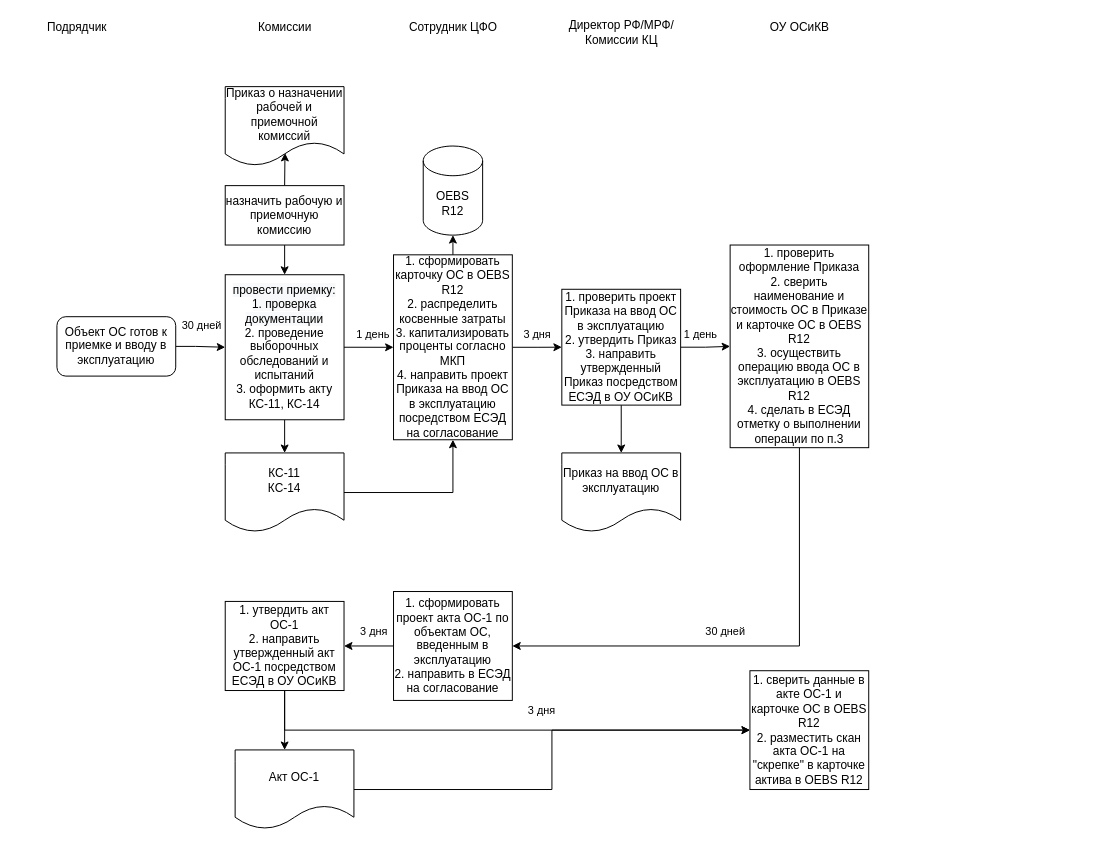
Above: Untitled Diagram.drawio in samanna27/test (draw.io), before the change. Source tidied: cells renumbered, new cells numbered last; positions are measured from the earlier drawing's top-left corner, leaving out a move shared by most shapes. Both pictures are drawn from the tidied source at 99%, with x=0, y=0 at pixel (37, 17).
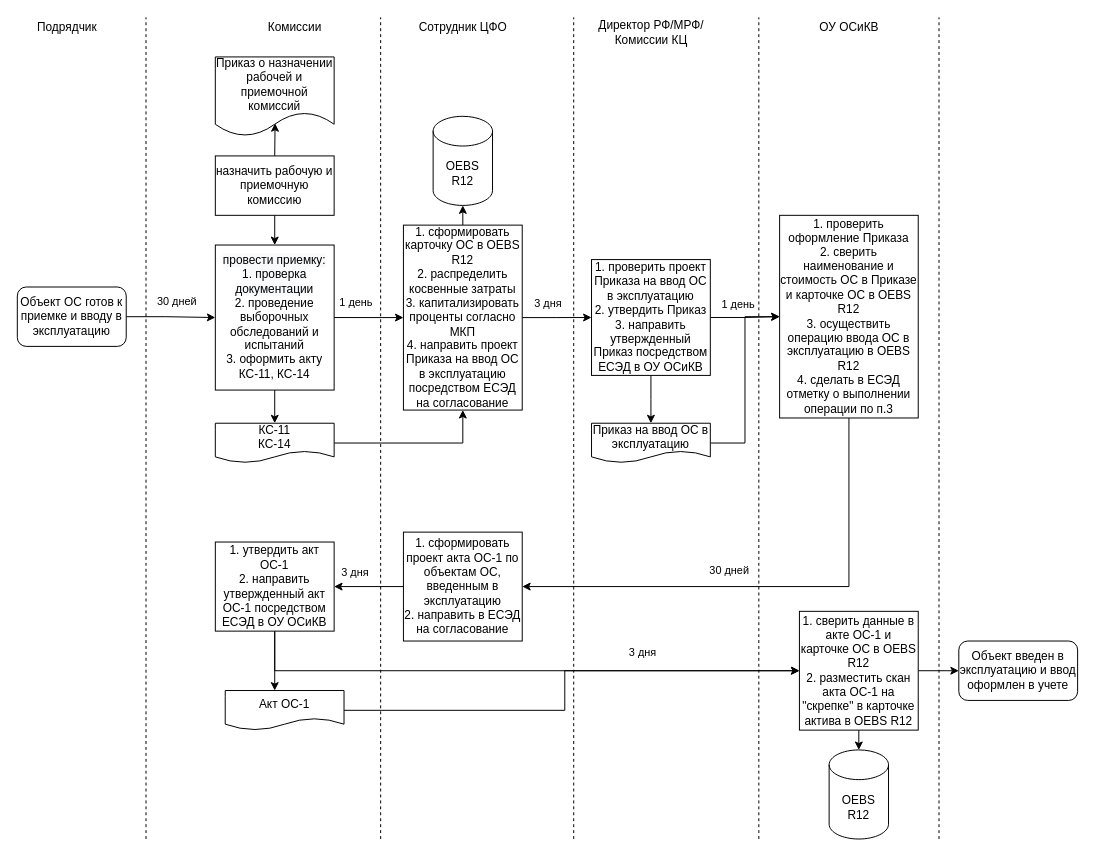
Above is the later version.

The edit, as a diff of the source:
```diff
@@
     <mxCell id="2" value="30 дней" style="edgeStyle=orthogonalEdgeStyle;rounded=0;jettySize=auto;html=1;entryX=0;entryY=0.5;entryDx=0;entryDy=0;exitX=1;exitY=0.5;exitDx=0;exitDy=0;" parent="1" edge="1" source="3" target="8">
-      <mxGeometry y="22" relative="1" as="geometry">
+      <mxGeometry x="0.11" y="16" relative="1" as="geometry">
         <Array as="points">
-          <mxPoint x="160" y="332" />
+          <mxPoint x="130" y="302" />
         </Array>
+        <mxPoint x="1" as="offset" />
       </mxGeometry>
     </mxCell>
     <mxCell id="3" value="Объект ОС готов к приемке и вводу в эксплуатацию" style="rounded=1;whiteSpace=wrap;html=1;" parent="1" vertex="1">
-      <mxGeometry x="20" y="302.4" width="120" height="60" as="geometry" />
+      <mxGeometry x="-20" y="272.4" width="110" height="60" as="geometry" />
     </mxCell>
@@
     <mxCell id="6" value="назначить рабочую и приемочную комиссию" style="rounded=0;whiteSpace=wrap;html=1;" parent="1" vertex="1">
-      <mxGeometry x="190" y="170" width="120" height="60" as="geometry" />
+      <mxGeometry x="180" y="140" width="120" height="60" as="geometry" />
     </mxCell>
@@
     <mxCell id="8" value="&lt;span style=&quot;color: rgb(0 , 0 , 0) ; font-family: &amp;#34;helvetica&amp;#34; ; font-size: 12px ; font-style: normal ; font-weight: 400 ; letter-spacing: normal ; text-align: center ; text-indent: 0px ; text-transform: none ; word-spacing: 0px ; background-color: rgb(248 , 249 , 250) ; display: inline ; float: none&quot;&gt;провести приемку: &lt;br&gt;1. проверка документации&lt;br&gt;&lt;/span&gt;2. проведение выборочных обследований и испытаний&lt;br&gt;3. оформить акту КС-11, КС-14" style="rounded=0;whiteSpace=wrap;html=1;" parent="1" vertex="1">
-      <mxGeometry x="190" y="260" width="120" height="146.5" as="geometry" />
+      <mxGeometry x="180" y="230" width="120" height="146.5" as="geometry" />
     </mxCell>
     <mxCell id="9" value="Приказ о назначении рабочей и приемочной комиссий" style="shape=document;whiteSpace=wrap;html=1;boundedLbl=1;" parent="1" vertex="1">
-      <mxGeometry x="190" y="70" width="120" height="80" as="geometry" />
+      <mxGeometry x="180" y="40" width="120" height="80" as="geometry" />
     </mxCell>
@@
     <mxCell id="11" value="КС-11&lt;br&gt;КС-14" style="shape=document;whiteSpace=wrap;html=1;boundedLbl=1;" parent="1" vertex="1">
-      <mxGeometry x="190" y="440" width="120" height="80" as="geometry" />
+      <mxGeometry x="180" y="410" width="120" height="40" as="geometry" />
     </mxCell>
     <mxCell id="12" value="1 день" style="edgeStyle=orthogonalEdgeStyle;rounded=0;jettySize=auto;html=1;exitX=1;exitY=0.5;exitDx=0;exitDy=0;entryX=0;entryY=0.5;entryDx=0;entryDy=0;" parent="1" edge="1" source="8" target="15">
-      <mxGeometry x="0.2" y="13" relative="1" as="geometry">
-        <mxPoint x="-1" as="offset" />
-      </mxGeometry>
+      <mxGeometry x="-0.37" y="15" relative="1" as="geometry" />
     </mxCell>
     <mxCell id="13" style="edgeStyle=orthogonalEdgeStyle;rounded=0;jettySize=auto;html=1;exitX=0.5;exitY=0;exitDx=0;exitDy=0;" parent="1" edge="1" source="15">
       <mxGeometry relative="1" as="geometry">
-        <mxPoint x="420" y="220" as="targetPoint" />
+        <mxPoint x="430" y="190" as="targetPoint" />
       </mxGeometry>
     </mxCell>
     <mxCell id="14" value="3 дня" style="edgeStyle=orthogonalEdgeStyle;rounded=0;jettySize=auto;html=1;entryX=0;entryY=0.5;entryDx=0;entryDy=0;" parent="1" edge="1" source="15" target="19">
-      <mxGeometry y="13" relative="1" as="geometry" />
+      <mxGeometry x="-0.26" y="14" relative="1" as="geometry" />
     </mxCell>
     <mxCell id="15" value="1. сформировать карточку ОС в OEBS R12&lt;br&gt;2. распределить косвенные затраты&lt;br&gt;3. капитализировать проценты согласно МКП&lt;br&gt;4. направить проект Приказа на ввод ОС в эксплуатацию посредством ЕСЭД на согласование" style="rounded=0;whiteSpace=wrap;html=1;" parent="1" vertex="1">
-      <mxGeometry x="360" y="239.9" width="120" height="186.8" as="geometry" />
+      <mxGeometry x="370" y="209.9" width="120" height="186.8" as="geometry" />
     </mxCell>
     <mxCell id="16" value="OEBS R12" style="shape=cylinder3;whiteSpace=wrap;html=1;boundedLbl=1;backgroundOutline=1;size=15;" parent="1" vertex="1">
-      <mxGeometry x="390" y="130" width="60" height="90" as="geometry" />
+      <mxGeometry x="400" y="100" width="60" height="90" as="geometry" />
     </mxCell>
     <mxCell id="17" style="edgeStyle=orthogonalEdgeStyle;rounded=0;jettySize=auto;html=1;entryX=0.5;entryY=0;entryDx=0;entryDy=0;" parent="1" edge="1" source="19">
       <mxGeometry relative="1" as="geometry">
-        <mxPoint x="590" y="440" as="targetPoint" />
+        <mxPoint x="620" y="410" as="targetPoint" />
       </mxGeometry>
     </mxCell>
@@
     <mxCell id="19" value="1. проверить проект Приказа на ввод ОС в эксплуатацию&lt;br&gt;2. утвердить Приказ&lt;br&gt;3. направить утвержденный Приказ посредством ЕСЭД в ОУ ОСиКВ" style="rounded=0;whiteSpace=wrap;html=1;" parent="1" vertex="1">
-      <mxGeometry x="530" y="274.7" width="120" height="117" as="geometry" />
+      <mxGeometry x="560" y="244.7" width="120" height="117" as="geometry" />
     </mxCell>
+    <mxCell id="36" style="edgeStyle=orthogonalEdgeStyle;rounded=0;jettySize=auto;html=1;entryX=0;entryY=0.5;entryDx=0;entryDy=0;" parent="1" edge="1" source="20" target="26">
+      <mxGeometry relative="1" as="geometry" />
+    </mxCell>
     <mxCell id="20" value="Приказ на ввод ОС в эксплуатацию" style="shape=document;whiteSpace=wrap;html=1;boundedLbl=1;" parent="1" vertex="1">
-      <mxGeometry x="530" y="440" width="120" height="80" as="geometry" />
+      <mxGeometry x="560" y="410" width="120" height="40" as="geometry" />
     </mxCell>
     <mxCell id="21" value="Подрядчик" style="text;html=1;align=center;verticalAlign=middle;fillColor=none;strokeColor=none;rounded=0;" parent="1" vertex="1">
-      <mxGeometry width="80" height="20" as="geometry" />
+      <mxGeometry x="-10" width="80" height="20" as="geometry" />
     </mxCell>
     <mxCell id="22" value="Комиссии" style="text;html=1;align=center;verticalAlign=middle;fillColor=none;strokeColor=none;rounded=0;" parent="1" vertex="1">
-      <mxGeometry x="215" width="70" height="20" as="geometry" />
+      <mxGeometry x="225" width="70" height="20" as="geometry" />
     </mxCell>
     <mxCell id="23" value="Сотрудник ЦФО" style="text;html=1;align=center;verticalAlign=middle;fillColor=none;strokeColor=none;rounded=0;" parent="1" vertex="1">
-      <mxGeometry x="370" width="100" height="20" as="geometry" />
+      <mxGeometry x="380" width="100" height="20" as="geometry" />
     </mxCell>
     <mxCell id="24" value="Директор РФ/МРФ/ &lt;br&gt;Комиссии КЦ" style="text;html=1;align=center;verticalAlign=middle;fillColor=none;strokeColor=none;rounded=0;" parent="1" vertex="1">
-      <mxGeometry x="530" width="120" height="30" as="geometry" />
+      <mxGeometry x="560" width="120" height="30" as="geometry" />
     </mxCell>
     <mxCell id="25" value="30 дней" style="edgeStyle=orthogonalEdgeStyle;rounded=0;jettySize=auto;html=1;exitX=0.5;exitY=1;exitDx=0;exitDy=0;entryX=1;entryY=0.5;entryDx=0;entryDy=0;" parent="1" edge="1" source="26" target="29">
-      <mxGeometry x="0.12" y="-15" relative="1" as="geometry" />
+      <mxGeometry x="0.16" y="-16" relative="1" as="geometry">
+        <mxPoint x="-1" as="offset" />
+      </mxGeometry>
     </mxCell>
     <mxCell id="26" value="1. проверить оформление Приказа&lt;br&gt;2. сверить наименование и стоимость ОС в Приказе и карточке ОС в OEBS R12&lt;br&gt;3. осуществить операцию ввода ОС в эксплуатацию в OEBS R12&lt;br&gt;4. сделать в ЕСЭД отметку о выполнении операции по п.3" style="rounded=0;whiteSpace=wrap;html=1;" parent="1" vertex="1">
-      <mxGeometry x="700" y="230" width="140" height="204.7" as="geometry" />
+      <mxGeometry x="750" y="200" width="140" height="204.7" as="geometry" />
     </mxCell>
     <mxCell id="27" value="ОУ ОСиКВ" style="text;html=1;align=center;verticalAlign=middle;fillColor=none;strokeColor=none;rounded=0;" parent="1" vertex="1">
-      <mxGeometry x="730" width="80" height="20" as="geometry" />
+      <mxGeometry x="780" width="80" height="20" as="geometry" />
     </mxCell>
     <mxCell id="28" value="3 дня" style="edgeStyle=orthogonalEdgeStyle;rounded=0;jettySize=auto;html=1;" parent="1" edge="1" source="29" target="32">
-      <mxGeometry x="-0.2" y="-15" relative="1" as="geometry" />
+      <mxGeometry x="0.43" y="-14" relative="1" as="geometry">
+        <mxPoint x="1" as="offset" />
+      </mxGeometry>
     </mxCell>
     <mxCell id="29" value="1. сформировать проект акта ОС-1 по объектам ОС, введенным в эксплуатацию&lt;br&gt;2. направить в ЕСЭД на согласование" style="rounded=0;whiteSpace=wrap;html=1;" parent="1" vertex="1">
-      <mxGeometry x="360" y="580" width="120" height="110" as="geometry" />
+      <mxGeometry x="370" y="520" width="120" height="110" as="geometry" />
     </mxCell>
     <mxCell id="30" style="edgeStyle=orthogonalEdgeStyle;rounded=0;jettySize=auto;html=1;exitX=0.5;exitY=1;exitDx=0;exitDy=0;entryX=0.5;entryY=0;entryDx=0;entryDy=0;" parent="1" edge="1" source="32">
       <mxGeometry relative="1" as="geometry">
-        <mxPoint x="250" y="740" as="targetPoint" />
+        <mxPoint x="240" y="680" as="targetPoint" />
       </mxGeometry>
     </mxCell>
     <mxCell id="31" value="3 дня&amp;nbsp;" style="edgeStyle=orthogonalEdgeStyle;rounded=0;jettySize=auto;html=1;entryX=0;entryY=0.5;entryDx=0;entryDy=0;exitX=0.5;exitY=1;exitDx=0;exitDy=0;exitPerimeter=0;" parent="1" edge="1" source="32" target="35">
-      <mxGeometry x="0.18" y="20" relative="1" as="geometry" />
+      <mxGeometry x="0.45" y="18" relative="1" as="geometry" />
     </mxCell>
     <mxCell id="32" value="1. утвердить акт ОС-1&lt;br&gt;2. направить утвержденный акт ОС-1 посредством ЕСЭД в ОУ ОСиКВ" style="rounded=0;whiteSpace=wrap;html=1;" parent="1" vertex="1">
-      <mxGeometry x="190" y="590" width="120" height="90" as="geometry" />
+      <mxGeometry x="180" y="530" width="120" height="90" as="geometry" />
     </mxCell>
     <mxCell id="33" style="edgeStyle=orthogonalEdgeStyle;rounded=0;jettySize=auto;html=1;entryX=0;entryY=0.5;entryDx=0;entryDy=0;" parent="1" edge="1" source="34" target="35">
-      <mxGeometry relative="1" as="geometry" />
+      <mxGeometry relative="1" as="geometry">
+        <Array as="points">
+          <mxPoint x="533" y="700" />
+          <mxPoint x="533" y="660" />
+        </Array>
+      </mxGeometry>
     </mxCell>
     <mxCell id="34" value="Акт ОС-1" style="shape=document;whiteSpace=wrap;html=1;boundedLbl=1;" parent="1" vertex="1">
-      <mxGeometry x="200" y="740" width="120" height="80" as="geometry" />
+      <mxGeometry x="190" y="680" width="120" height="40" as="geometry" />
     </mxCell>
+    <mxCell id="37" style="edgeStyle=orthogonalEdgeStyle;rounded=0;jettySize=auto;html=1;entryX=0.5;entryY=0;entryDx=0;entryDy=0;entryPerimeter=0;" parent="1" edge="1" source="35">
+      <mxGeometry relative="1" as="geometry">
+        <mxPoint x="830" y="740" as="targetPoint" />
+      </mxGeometry>
+    </mxCell>
+    <mxCell id="38" style="edgeStyle=orthogonalEdgeStyle;rounded=0;jettySize=auto;html=1;entryX=0;entryY=0.5;entryDx=0;entryDy=0;" parent="1" edge="1" source="35" target="44">
+      <mxGeometry relative="1" as="geometry" />
+    </mxCell>
     <mxCell id="35" value="1. сверить данные в акте ОС-1 и карточке ОС в OEBS R12&lt;br&gt;2. разместить скан акта ОС-1 на &quot;скрепке&quot; в карточке актива в OEBS R12" style="rounded=0;whiteSpace=wrap;html=1;" parent="1" vertex="1">
-      <mxGeometry x="720" y="660" width="120" height="120" as="geometry" />
+      <mxGeometry x="770" y="600" width="120" height="120" as="geometry" />
     </mxCell>
+    <mxCell id="39" value="OEBS R12" style="shape=cylinder3;whiteSpace=wrap;html=1;boundedLbl=1;backgroundOutline=1;size=15;" parent="1" vertex="1">
+      <mxGeometry x="800" y="740" width="60" height="90" as="geometry" />
+    </mxCell>
+    <mxCell id="40" style="endArrow=none;dashed=1;html=1;" parent="1" edge="1">
+      <mxGeometry relative="1" as="geometry">
+        <mxPoint x="110" y="830" as="sourcePoint" />
+        <mxPoint x="110" as="targetPoint" />
+      </mxGeometry>
+    </mxCell>
+    <mxCell id="41" style="endArrow=none;dashed=1;html=1;" parent="1" edge="1">
+      <mxGeometry relative="1" as="geometry">
+        <mxPoint x="347" y="830" as="sourcePoint" />
+        <mxPoint x="347" as="targetPoint" />
+      </mxGeometry>
+    </mxCell>
+    <mxCell id="42" style="endArrow=none;dashed=1;html=1;" parent="1" edge="1">
+      <mxGeometry relative="1" as="geometry">
+        <mxPoint x="542" y="830" as="sourcePoint" />
+        <mxPoint x="542" as="targetPoint" />
+      </mxGeometry>
+    </mxCell>
+    <mxCell id="43" style="endArrow=none;dashed=1;html=1;" parent="1" edge="1">
+      <mxGeometry relative="1" as="geometry">
+        <mxPoint x="729" y="830" as="sourcePoint" />
+        <mxPoint x="729" as="targetPoint" />
+      </mxGeometry>
+    </mxCell>
+    <mxCell id="44" value="Объект введен в эксплуатацию и ввод оформлен в учете" style="rounded=1;whiteSpace=wrap;html=1;" parent="1" vertex="1">
+      <mxGeometry x="931" y="630" width="120" height="60" as="geometry" />
+    </mxCell>
+    <mxCell id="45" style="endArrow=none;dashed=1;html=1;" parent="1" edge="1">
+      <mxGeometry relative="1" as="geometry">
+        <mxPoint x="911" y="830" as="sourcePoint" />
+        <mxPoint x="911" as="targetPoint" />
+      </mxGeometry>
+    </mxCell>
```
